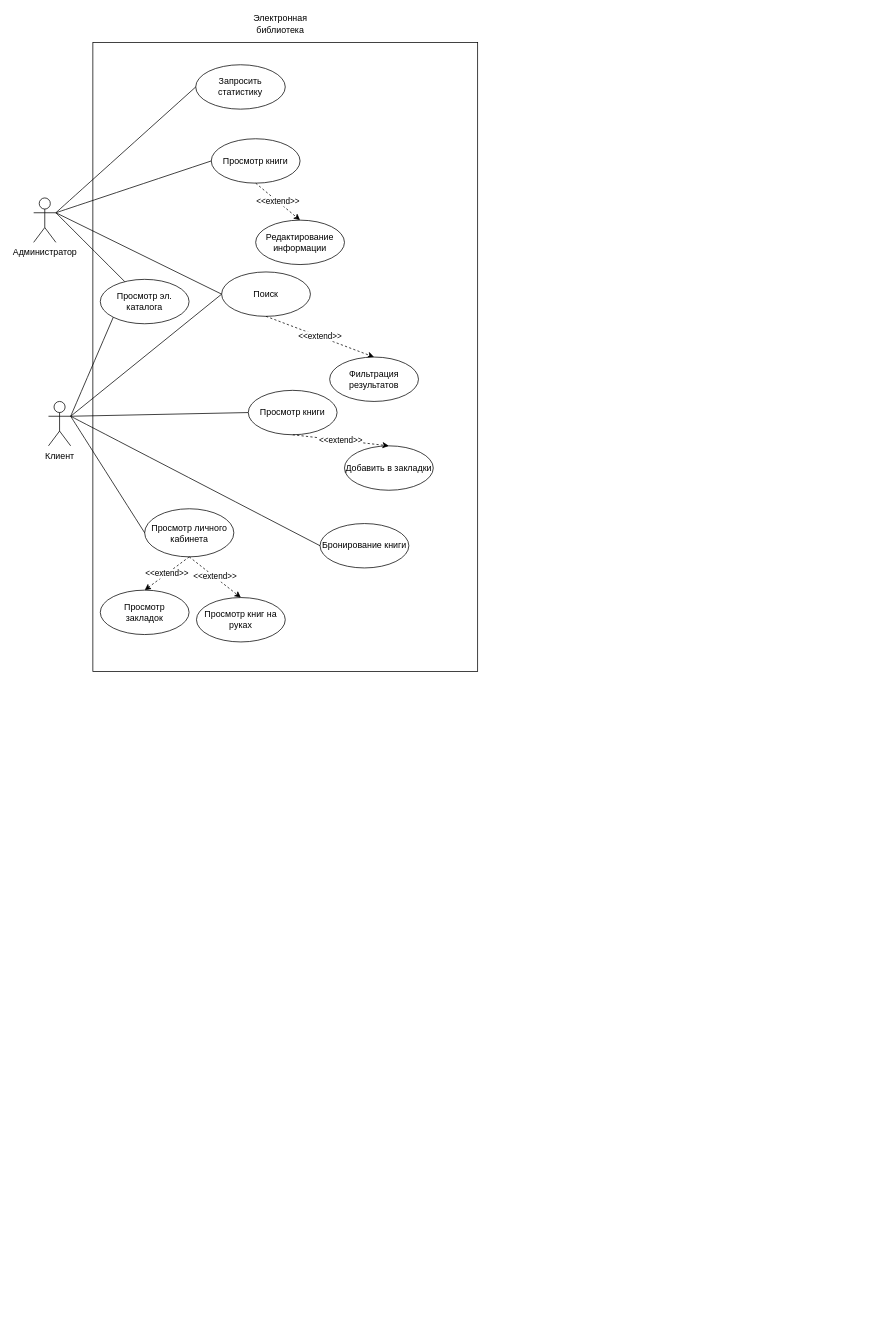
This is RIAT/lab1/Диаграмма_вариантов_использования.drawio from ksayron/BSTU-4_sem, a draw.io file, before an edit. Source tidied: cells renumbered, new cells numbered last; positions are measured from the earlier drawing's top-left corner, leaving out a move shared by most shapes. Both pictures are drawn from the tidied source at 74%, with x=0, y=0 at pixel (33, 13).
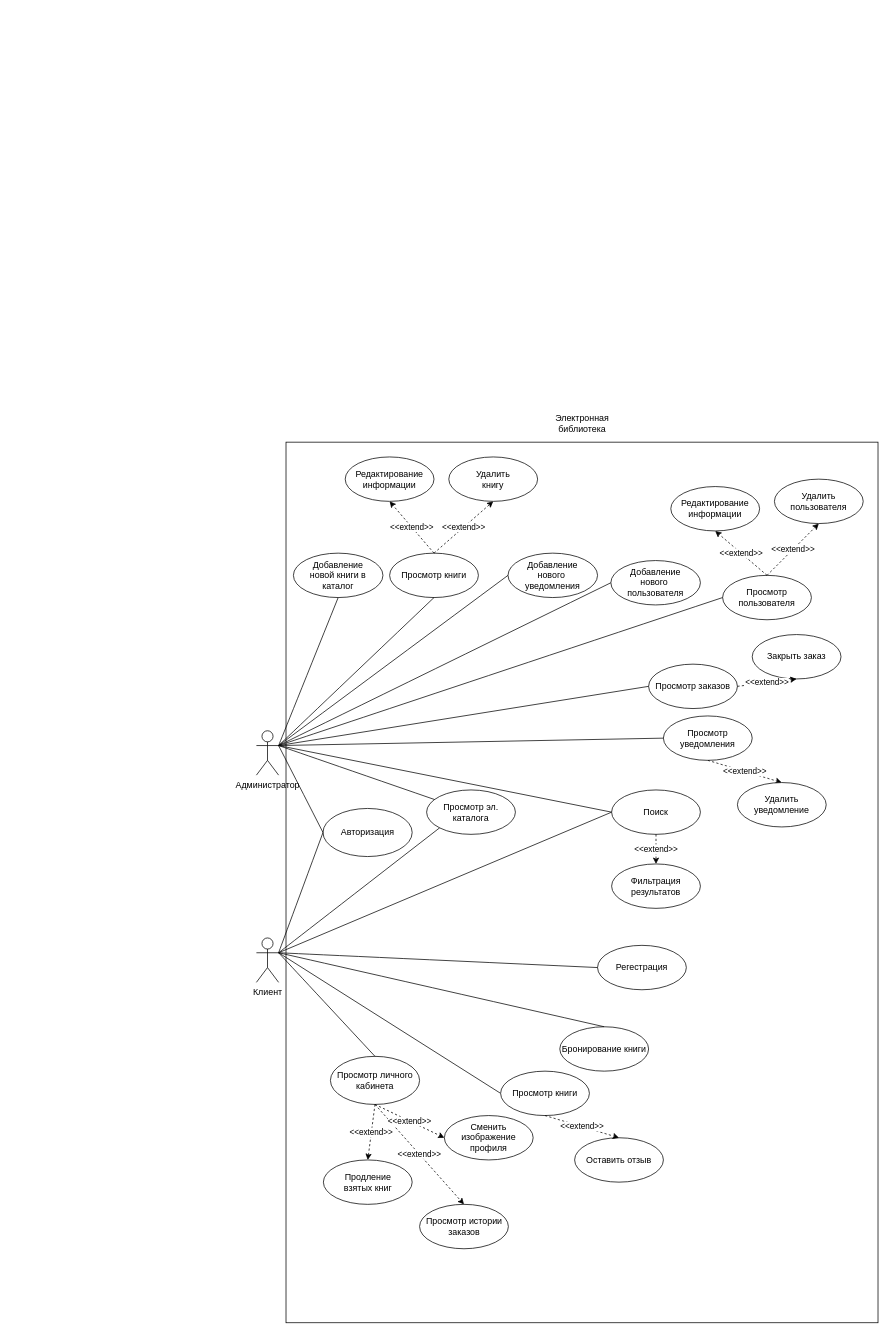
The same diagram, later.

Commit message (it also covers changes not shown here):
added SYP lab 15

Change to the diagram source:
```diff
@@
-    <mxCell id="2" style="rounded=0;whiteSpace=wrap;html=1;fillColor=none;" parent="1" vertex="1">
-      <mxGeometry x="80" y="40" width="520" height="850" as="geometry" />
-    </mxCell>
+    <mxCell id="32" style="rounded=0;whiteSpace=wrap;html=1;" parent="1" vertex="1">
+      <mxGeometry x="341" y="580" width="800" height="1190" as="geometry" />
+    </mxCell>
     <mxCell id="3" value="Электронная библиотека" style="text;html=1;strokeColor=none;fillColor=none;align=center;verticalAlign=middle;whiteSpace=wrap;rounded=0;shadow=0;glass=0;sketch=0;strokeWidth=1;" parent="1" vertex="1">
-      <mxGeometry x="280" width="107" height="30" as="geometry" />
+      <mxGeometry x="687.5" y="540" width="107" height="30" as="geometry" />
     </mxCell>
@@
     <mxCell id="5" value="Администратор" style="shape=umlActor;verticalLabelPosition=bottom;verticalAlign=top;html=1;outlineConnect=0;shadow=0;glass=0;sketch=0;strokeColor=default;strokeWidth=1;fillColor=default;gradientColor=none;" parent="1" vertex="1">
-      <mxGeometry y="250" width="30" height="60" as="geometry" />
+      <mxGeometry x="301" y="970" width="30" height="60" as="geometry" />
     </mxCell>
     <mxCell id="6" value="Клиент" style="shape=umlActor;verticalLabelPosition=bottom;verticalAlign=top;html=1;outlineConnect=0;shadow=0;glass=0;sketch=0;strokeColor=default;strokeWidth=1;fillColor=default;gradientColor=none;" parent="1" vertex="1">
-      <mxGeometry x="20" y="525" width="30" height="60" as="geometry" />
+      <mxGeometry x="301" y="1250" width="30" height="60" as="geometry" />
     </mxCell>
     <mxCell id="7" value="Просмотр личного кабинета" style="ellipse;whiteSpace=wrap;html=1;shadow=0;glass=0;sketch=0;strokeColor=default;strokeWidth=1;fillColor=default;gradientColor=none;" parent="1" vertex="1">
-      <mxGeometry x="150" y="670" width="120.5" height="65" as="geometry" />
+      <mxGeometry x="401" y="1410" width="120.5" height="65" as="geometry" />
     </mxCell>
-    <mxCell id="8" value="Запросить статистику" style="ellipse;whiteSpace=wrap;html=1;shadow=0;glass=0;sketch=0;strokeColor=default;strokeWidth=1;fillColor=default;gradientColor=none;" parent="1" vertex="1">
-      <mxGeometry x="219" y="70" width="121" height="60" as="geometry" />
+    <mxCell id="8" value="Добавление&lt;br&gt;новой книги в каталог" style="ellipse;whiteSpace=wrap;html=1;shadow=0;glass=0;sketch=0;strokeColor=default;strokeWidth=1;fillColor=default;gradientColor=none;" parent="1" vertex="1">
+      <mxGeometry x="351" y="730" width="121" height="60" as="geometry" />
     </mxCell>
-    <mxCell id="9" style="endArrow=none;html=1;strokeWidth=1;curved=1;exitX=1;exitY=0.3333333333333333;exitDx=0;exitDy=0;exitPerimeter=0;entryX=0;entryY=0.5;entryDx=0;entryDy=0;" parent="1" edge="1" source="5" target="8">
+    <mxCell id="9" style="endArrow=none;html=1;strokeWidth=1;curved=1;exitX=1;exitY=0.3333333333333333;exitDx=0;exitDy=0;exitPerimeter=0;entryX=0.5;entryY=1;entryDx=0;entryDy=0;" parent="1" edge="1" source="5" target="8">
       <mxGeometry relative="1" as="geometry" />
     </mxCell>
     <mxCell id="10" value="Просмотр эл. каталога" style="ellipse;whiteSpace=wrap;html=1;shadow=0;glass=0;sketch=0;strokeColor=default;strokeWidth=1;fillColor=default;gradientColor=none;" parent="1" vertex="1">
-      <mxGeometry x="90" y="360" width="120" height="60" as="geometry" />
+      <mxGeometry x="531" y="1050" width="120" height="60" as="geometry" />
     </mxCell>
     <mxCell id="11" style="endArrow=none;html=1;strokeWidth=1;curved=1;" parent="1" edge="1" target="10">
       <mxGeometry relative="1" as="geometry">
-        <mxPoint x="30" y="270" as="sourcePoint" />
+        <mxPoint x="331" y="990" as="sourcePoint" />
       </mxGeometry>
     </mxCell>
@@
     <mxCell id="13" value="Просмотр книги" style="ellipse;whiteSpace=wrap;html=1;shadow=0;glass=0;sketch=0;strokeColor=default;strokeWidth=1;fillColor=default;gradientColor=none;" parent="1" vertex="1">
-      <mxGeometry x="290" y="510" width="120" height="60" as="geometry" />
+      <mxGeometry x="631" y="1430" width="120" height="60" as="geometry" />
     </mxCell>
-    <mxCell id="14" style="endArrow=none;html=1;strokeWidth=1;curved=1;exitX=1;exitY=0.3333333333333333;exitDx=0;exitDy=0;exitPerimeter=0;entryX=0;entryY=0.5;entryDx=0;entryDy=0;" parent="1" edge="1" source="6" target="7">
+    <mxCell id="14" style="endArrow=none;html=1;strokeWidth=1;curved=1;exitX=1;exitY=0.3333333333333333;exitDx=0;exitDy=0;exitPerimeter=0;entryX=0.5;entryY=0;entryDx=0;entryDy=0;" parent="1" edge="1" source="6" target="7">
       <mxGeometry relative="1" as="geometry" />
     </mxCell>
-    <mxCell id="15" value="Бронирование книги" style="ellipse;whiteSpace=wrap;html=1;shadow=0;glass=0;sketch=0;strokeColor=default;strokeWidth=1;fillColor=default;gradientColor=none;" parent="1" vertex="1">
-      <mxGeometry x="387" y="690" width="120" height="60" as="geometry" />
+    <mxCell id="15" value="Регестрация" style="ellipse;whiteSpace=wrap;html=1;shadow=0;glass=0;sketch=0;strokeColor=default;strokeWidth=1;fillColor=default;gradientColor=none;" parent="1" vertex="1">
+      <mxGeometry x="762" y="1260" width="120" height="60" as="geometry" />
     </mxCell>
@@
-    <mxCell id="17" value="Добавить в закладки" style="ellipse;whiteSpace=wrap;html=1;shadow=0;glass=0;sketch=0;strokeColor=default;strokeWidth=1;fillColor=default;gradientColor=none;" parent="1" vertex="1">
-      <mxGeometry x="420" y="585" width="120" height="60" as="geometry" />
+    <mxCell id="17" value="Оставить отзыв" style="ellipse;whiteSpace=wrap;html=1;shadow=0;glass=0;sketch=0;strokeColor=default;strokeWidth=1;fillColor=default;gradientColor=none;" parent="1" vertex="1">
+      <mxGeometry x="731" y="1520" width="120" height="60" as="geometry" />
     </mxCell>
@@
-    <mxCell id="19" value="Просмотр&lt;div&gt;закладок&lt;/div&gt;" style="ellipse;whiteSpace=wrap;html=1;shadow=0;glass=0;sketch=0;strokeColor=default;strokeWidth=1;fillColor=default;gradientColor=none;" parent="1" vertex="1">
-      <mxGeometry x="90" y="780" width="120" height="60" as="geometry" />
+    <mxCell id="19" value="Продление&lt;br&gt;взятых книг" style="ellipse;whiteSpace=wrap;html=1;shadow=0;glass=0;sketch=0;strokeColor=default;strokeWidth=1;fillColor=default;gradientColor=none;" parent="1" vertex="1">
+      <mxGeometry x="391.5" y="1550" width="120" height="60" as="geometry" />
     </mxCell>
@@
-    <mxCell id="21" value="Просмотр книг на руках" style="ellipse;whiteSpace=wrap;html=1;shadow=0;glass=0;sketch=0;strokeColor=default;strokeWidth=1;fillColor=default;gradientColor=none;" parent="1" vertex="1">
-      <mxGeometry x="220" y="790" width="120" height="60" as="geometry" />
+    <mxCell id="21" value="Просмотр истории&lt;br&gt;заказов" style="ellipse;whiteSpace=wrap;html=1;shadow=0;glass=0;sketch=0;strokeColor=default;strokeWidth=1;fillColor=default;gradientColor=none;" parent="1" vertex="1">
+      <mxGeometry x="521.5" y="1610" width="120" height="60" as="geometry" />
     </mxCell>
@@
     <mxCell id="24" value="Поиск" style="ellipse;whiteSpace=wrap;html=1;shadow=0;glass=0;sketch=0;strokeColor=default;strokeWidth=1;fillColor=default;gradientColor=none;" parent="1" vertex="1">
-      <mxGeometry x="254" y="350" width="120" height="60" as="geometry" />
+      <mxGeometry x="781" y="1050" width="120" height="60" as="geometry" />
     </mxCell>
@@
     <mxCell id="26" value="Фильтрация результатов" style="ellipse;whiteSpace=wrap;html=1;shadow=0;glass=0;sketch=0;strokeColor=default;strokeWidth=1;fillColor=default;gradientColor=none;" parent="1" vertex="1">
-      <mxGeometry x="400" y="465" width="120" height="60" as="geometry" />
+      <mxGeometry x="781" y="1150" width="120" height="60" as="geometry" />
     </mxCell>
     <mxCell id="27" value="Просмотр книги" style="ellipse;whiteSpace=wrap;html=1;shadow=0;glass=0;sketch=0;strokeColor=default;strokeWidth=1;fillColor=default;gradientColor=none;" parent="1" vertex="1">
-      <mxGeometry x="240" y="170" width="120" height="60" as="geometry" />
+      <mxGeometry x="481" y="730" width="120" height="60" as="geometry" />
     </mxCell>
-    <mxCell id="28" style="endArrow=none;html=1;rounded=1;strokeColor=default;strokeWidth=1;align=center;verticalAlign=middle;fontFamily=Helvetica;fontSize=11;fontColor=default;labelBackgroundColor=default;curved=1;entryX=0;entryY=0.5;entryDx=0;entryDy=0;exitX=1;exitY=0.3333333333333333;exitDx=0;exitDy=0;exitPerimeter=0;" parent="1" edge="1" source="5" target="27">
+    <mxCell id="28" style="endArrow=none;html=1;rounded=1;strokeColor=default;strokeWidth=1;align=center;verticalAlign=middle;fontFamily=Helvetica;fontSize=11;fontColor=default;labelBackgroundColor=default;curved=1;entryX=0.5;entryY=1;entryDx=0;entryDy=0;exitX=1;exitY=0.3333333333333333;exitDx=0;exitDy=0;exitPerimeter=0;" parent="1" edge="1" source="5" target="27">
       <mxGeometry relative="1" as="geometry" />
     </mxCell>
     <mxCell id="29" value="Редактирование&lt;div&gt;информации&lt;/div&gt;" style="ellipse;whiteSpace=wrap;html=1;shadow=0;glass=0;sketch=0;strokeColor=default;strokeWidth=1;fillColor=default;gradientColor=none;" parent="1" vertex="1">
-      <mxGeometry x="300" y="280" width="120" height="60" as="geometry" />
+      <mxGeometry x="421" y="600" width="120" height="60" as="geometry" />
     </mxCell>
-    <mxCell id="30" value="&amp;lt;&amp;lt;extend&amp;gt;&amp;gt;" style="rounded=0;jettySize=auto;html=1;dashed=1;exitX=0.5;exitY=1;exitDx=0;exitDy=0;entryX=0.5;entryY=0;entryDx=0;entryDy=0;" parent="1" edge="1" source="27" target="29">
+    <mxCell id="30" value="&amp;lt;&amp;lt;extend&amp;gt;&amp;gt;" style="rounded=0;jettySize=auto;html=1;dashed=1;exitX=0.5;exitY=0;exitDx=0;exitDy=0;entryX=0.5;entryY=1;entryDx=0;entryDy=0;" parent="1" edge="1" source="27" target="29">
       <mxGeometry relative="1" as="geometry" />
     </mxCell>
@@
+    <mxCell id="33" value="Авторизация" style="ellipse;whiteSpace=wrap;html=1;shadow=0;glass=0;sketch=0;strokeColor=default;strokeWidth=1;fillColor=default;gradientColor=none;" parent="1" vertex="1">
+      <mxGeometry x="391" y="1075" width="120.5" height="65" as="geometry" />
+    </mxCell>
+    <mxCell id="34" style="endArrow=none;html=1;strokeWidth=1;curved=1;exitX=1;exitY=0.3333333333333333;exitDx=0;exitDy=0;exitPerimeter=0;entryX=0;entryY=0.5;entryDx=0;entryDy=0;" parent="1" edge="1" source="6" target="33">
+      <mxGeometry relative="1" as="geometry" />
+    </mxCell>
+    <mxCell id="35" style="endArrow=none;html=1;strokeWidth=1;curved=1;exitX=1;exitY=0.3333333333333333;exitDx=0;exitDy=0;exitPerimeter=0;entryX=0;entryY=0.5;entryDx=0;entryDy=0;" parent="1" edge="1" source="5" target="33">
+      <mxGeometry relative="1" as="geometry" />
+    </mxCell>
+    <mxCell id="36" value="Добавление&lt;br&gt;нового&amp;nbsp;&lt;div&gt;пользователя&lt;/div&gt;" style="ellipse;whiteSpace=wrap;html=1;shadow=0;glass=0;sketch=0;strokeColor=default;strokeWidth=1;fillColor=default;gradientColor=none;" parent="1" vertex="1">
+      <mxGeometry x="780" y="740" width="121" height="60" as="geometry" />
+    </mxCell>
+    <mxCell id="37" style="endArrow=none;html=1;strokeWidth=1;curved=1;exitX=1;exitY=0.3333333333333333;exitDx=0;exitDy=0;exitPerimeter=0;entryX=0;entryY=0.5;entryDx=0;entryDy=0;" parent="1" edge="1" source="5" target="36">
+      <mxGeometry relative="1" as="geometry" />
+    </mxCell>
+    <mxCell id="38" value="Добавление&lt;br&gt;нового&amp;nbsp;&lt;div&gt;уведомления&lt;/div&gt;" style="ellipse;whiteSpace=wrap;html=1;shadow=0;glass=0;sketch=0;strokeColor=default;strokeWidth=1;fillColor=default;gradientColor=none;" parent="1" vertex="1">
+      <mxGeometry x="641" y="730" width="121" height="60" as="geometry" />
+    </mxCell>
+    <mxCell id="39" style="endArrow=none;html=1;strokeWidth=1;curved=1;entryX=0;entryY=0.5;entryDx=0;entryDy=0;" parent="1" edge="1" target="38">
+      <mxGeometry relative="1" as="geometry">
+        <mxPoint x="331" y="990" as="sourcePoint" />
+      </mxGeometry>
+    </mxCell>
+    <mxCell id="40" value="Просмотр пользователя" style="ellipse;whiteSpace=wrap;html=1;shadow=0;glass=0;sketch=0;strokeColor=default;strokeWidth=1;fillColor=default;gradientColor=none;" parent="1" vertex="1">
+      <mxGeometry x="931" y="760" width="120" height="60" as="geometry" />
+    </mxCell>
+    <mxCell id="41" style="endArrow=none;html=1;rounded=1;strokeColor=default;strokeWidth=1;align=center;verticalAlign=middle;fontFamily=Helvetica;fontSize=11;fontColor=default;labelBackgroundColor=default;curved=1;entryX=0;entryY=0.5;entryDx=0;entryDy=0;exitX=1;exitY=0.3333333333333333;exitDx=0;exitDy=0;exitPerimeter=0;" parent="1" edge="1" source="5" target="40">
+      <mxGeometry relative="1" as="geometry" />
+    </mxCell>
+    <mxCell id="42" value="Редактирование&lt;div&gt;информации&lt;/div&gt;" style="ellipse;whiteSpace=wrap;html=1;shadow=0;glass=0;sketch=0;strokeColor=default;strokeWidth=1;fillColor=default;gradientColor=none;" parent="1" vertex="1">
+      <mxGeometry x="861" y="640" width="120" height="60" as="geometry" />
+    </mxCell>
+    <mxCell id="43" value="&amp;lt;&amp;lt;extend&amp;gt;&amp;gt;" style="rounded=0;jettySize=auto;html=1;dashed=1;entryX=0.5;entryY=1;entryDx=0;entryDy=0;" parent="1" edge="1" target="42">
+      <mxGeometry relative="1" as="geometry">
+        <mxPoint x="991" y="760" as="sourcePoint" />
+      </mxGeometry>
+    </mxCell>
+    <mxCell id="44" value="Просмотр заказов" style="ellipse;whiteSpace=wrap;html=1;shadow=0;glass=0;sketch=0;strokeColor=default;strokeWidth=1;fillColor=default;gradientColor=none;" parent="1" vertex="1">
+      <mxGeometry x="831" y="880" width="120" height="60" as="geometry" />
+    </mxCell>
+    <mxCell id="45" value="Закрыть заказ" style="ellipse;whiteSpace=wrap;html=1;shadow=0;glass=0;sketch=0;strokeColor=default;strokeWidth=1;fillColor=default;gradientColor=none;" parent="1" vertex="1">
+      <mxGeometry x="971" y="840" width="120" height="60" as="geometry" />
+    </mxCell>
+    <mxCell id="46" value="&amp;lt;&amp;lt;extend&amp;gt;&amp;gt;" style="rounded=0;jettySize=auto;html=1;dashed=1;exitX=1;exitY=0.5;exitDx=0;exitDy=0;entryX=0.5;entryY=1;entryDx=0;entryDy=0;" parent="1" edge="1" source="44" target="45">
+      <mxGeometry relative="1" as="geometry" />
+    </mxCell>
+    <mxCell id="47" style="endArrow=none;html=1;rounded=0;entryX=0;entryY=0.5;entryDx=0;entryDy=0;exitX=1;exitY=0.3333333333333333;exitDx=0;exitDy=0;exitPerimeter=0;" parent="1" edge="1" source="5" target="44">
+      <mxGeometry relative="1" as="geometry" />
+    </mxCell>
+    <mxCell id="48" value="&amp;lt;&amp;lt;extend&amp;gt;&amp;gt;" style="rounded=0;jettySize=auto;html=1;dashed=1;exitX=0.5;exitY=0;exitDx=0;exitDy=0;entryX=0.5;entryY=1;entryDx=0;entryDy=0;" parent="1" edge="1" source="27" target="49">
+      <mxGeometry relative="1" as="geometry" />
+    </mxCell>
+    <mxCell id="49" value="Удалить&lt;br&gt;книгу" style="ellipse;whiteSpace=wrap;html=1;shadow=0;glass=0;sketch=0;strokeColor=default;strokeWidth=1;fillColor=default;gradientColor=none;" parent="1" vertex="1">
+      <mxGeometry x="561" y="600" width="120" height="60" as="geometry" />
+    </mxCell>
+    <mxCell id="50" value="&amp;lt;&amp;lt;extend&amp;gt;&amp;gt;" style="rounded=0;jettySize=auto;html=1;dashed=1;exitX=0.5;exitY=0;exitDx=0;exitDy=0;entryX=0.5;entryY=1;entryDx=0;entryDy=0;" parent="1" edge="1" source="40" target="51">
+      <mxGeometry relative="1" as="geometry" />
+    </mxCell>
+    <mxCell id="51" value="Удалить пользователя" style="ellipse;whiteSpace=wrap;html=1;shadow=0;glass=0;sketch=0;strokeColor=default;strokeWidth=1;fillColor=default;gradientColor=none;" parent="1" vertex="1">
+      <mxGeometry x="1001" y="630" width="120" height="60" as="geometry" />
+    </mxCell>
+    <mxCell id="52" value="Бронирование книги" style="ellipse;whiteSpace=wrap;html=1;shadow=0;glass=0;sketch=0;strokeColor=default;strokeWidth=1;fillColor=default;gradientColor=none;" parent="1" vertex="1">
+      <mxGeometry x="711" y="1370" width="120" height="60" as="geometry" />
+    </mxCell>
+    <mxCell id="53" style="endArrow=none;html=1;strokeWidth=1;curved=1;exitX=1;exitY=0.3333333333333333;exitDx=0;exitDy=0;entryX=0.5;entryY=0;entryDx=0;entryDy=0;exitPerimeter=0;" parent="1" edge="1" source="6" target="52">
+      <mxGeometry relative="1" as="geometry" />
+    </mxCell>
+    <mxCell id="54" value="&amp;lt;&amp;lt;extend&amp;gt;&amp;gt;" style="rounded=0;jettySize=auto;html=1;entryX=0;entryY=0.5;entryDx=0;entryDy=0;dashed=1;exitX=0.5;exitY=1;exitDx=0;exitDy=0;" parent="1" edge="1" source="7" target="55">
+      <mxGeometry relative="1" as="geometry" />
+    </mxCell>
+    <mxCell id="55" value="Сменить&lt;br&gt;изображение&lt;br&gt;профиля" style="ellipse;whiteSpace=wrap;html=1;shadow=0;glass=0;sketch=0;strokeColor=default;strokeWidth=1;fillColor=default;gradientColor=none;" parent="1" vertex="1">
+      <mxGeometry x="555" y="1490" width="120" height="60" as="geometry" />
+    </mxCell>
+    <mxCell id="56" value="Просмотр уведомления" style="ellipse;whiteSpace=wrap;html=1;shadow=0;glass=0;sketch=0;strokeColor=default;strokeWidth=1;fillColor=default;gradientColor=none;" parent="1" vertex="1">
+      <mxGeometry x="851" y="950" width="120" height="60" as="geometry" />
+    </mxCell>
+    <mxCell id="57" value="&amp;lt;&amp;lt;extend&amp;gt;&amp;gt;" style="rounded=0;jettySize=auto;html=1;dashed=1;exitX=0.5;exitY=1;exitDx=0;exitDy=0;entryX=0.5;entryY=0;entryDx=0;entryDy=0;" parent="1" edge="1" source="56" target="58">
+      <mxGeometry relative="1" as="geometry" />
+    </mxCell>
+    <mxCell id="58" value="Удалить уведомление" style="ellipse;whiteSpace=wrap;html=1;shadow=0;glass=0;sketch=0;strokeColor=default;strokeWidth=1;fillColor=default;gradientColor=none;" parent="1" vertex="1">
+      <mxGeometry x="951" y="1040" width="120" height="60" as="geometry" />
+    </mxCell>
+    <mxCell id="59" style="endArrow=none;html=1;rounded=0;entryX=0;entryY=0.5;entryDx=0;entryDy=0;exitX=1;exitY=0.3333333333333333;exitDx=0;exitDy=0;exitPerimeter=0;" parent="1" edge="1" source="5" target="56">
+      <mxGeometry relative="1" as="geometry" />
+    </mxCell>
```
